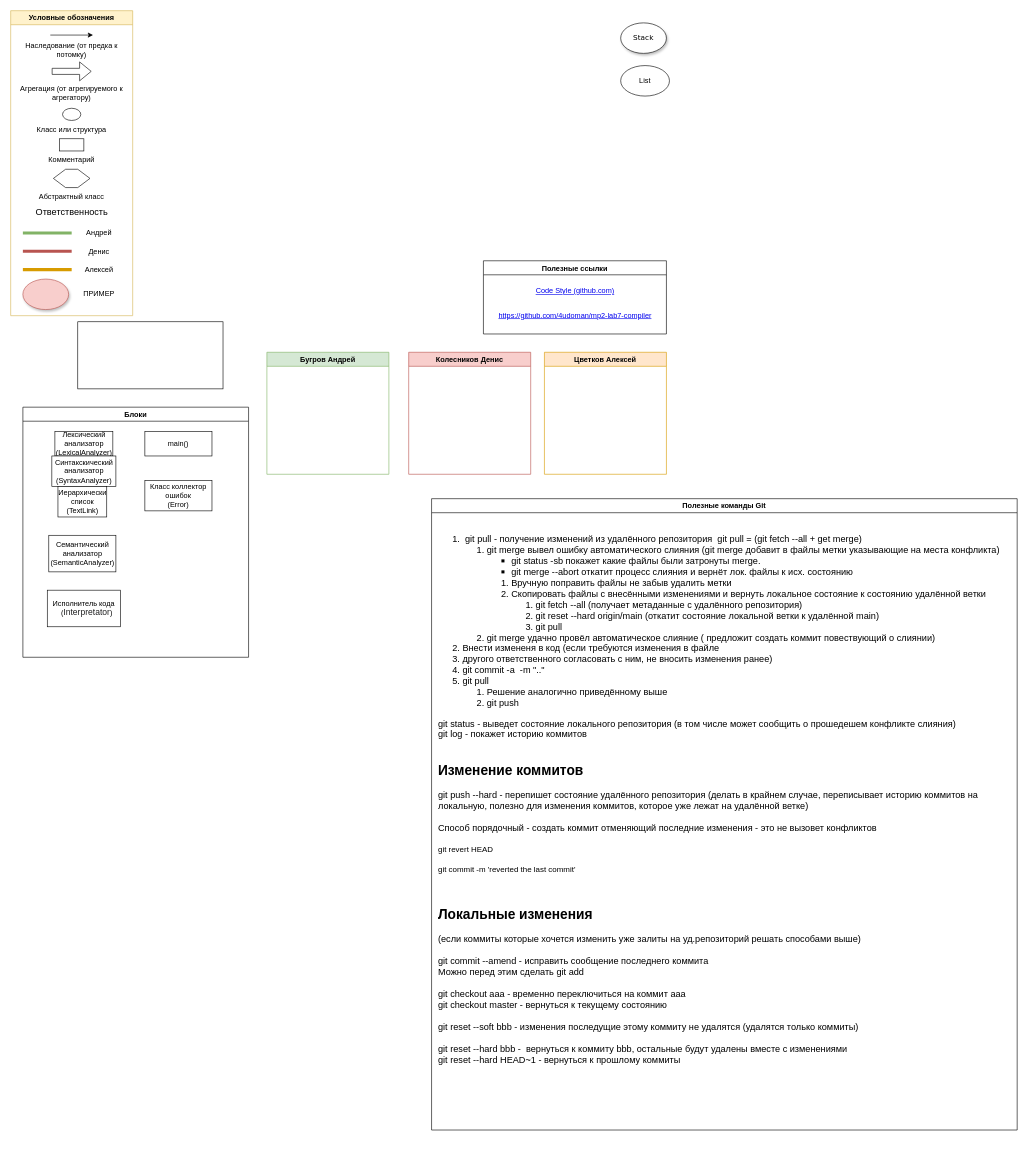
ParkerProbe/mp2-lab7-compiler keeps this draw.io diagram as Class_Diagram.drawio. Above is the earlier version. Source tidied: cells renumbered, new cells numbered last; positions are measured from the earlier drawing's top-left corner, leaving out a move shared by most shapes. Both pictures are drawn from the tidied source at 61%, with x=0, y=0 at pixel (10, 10).
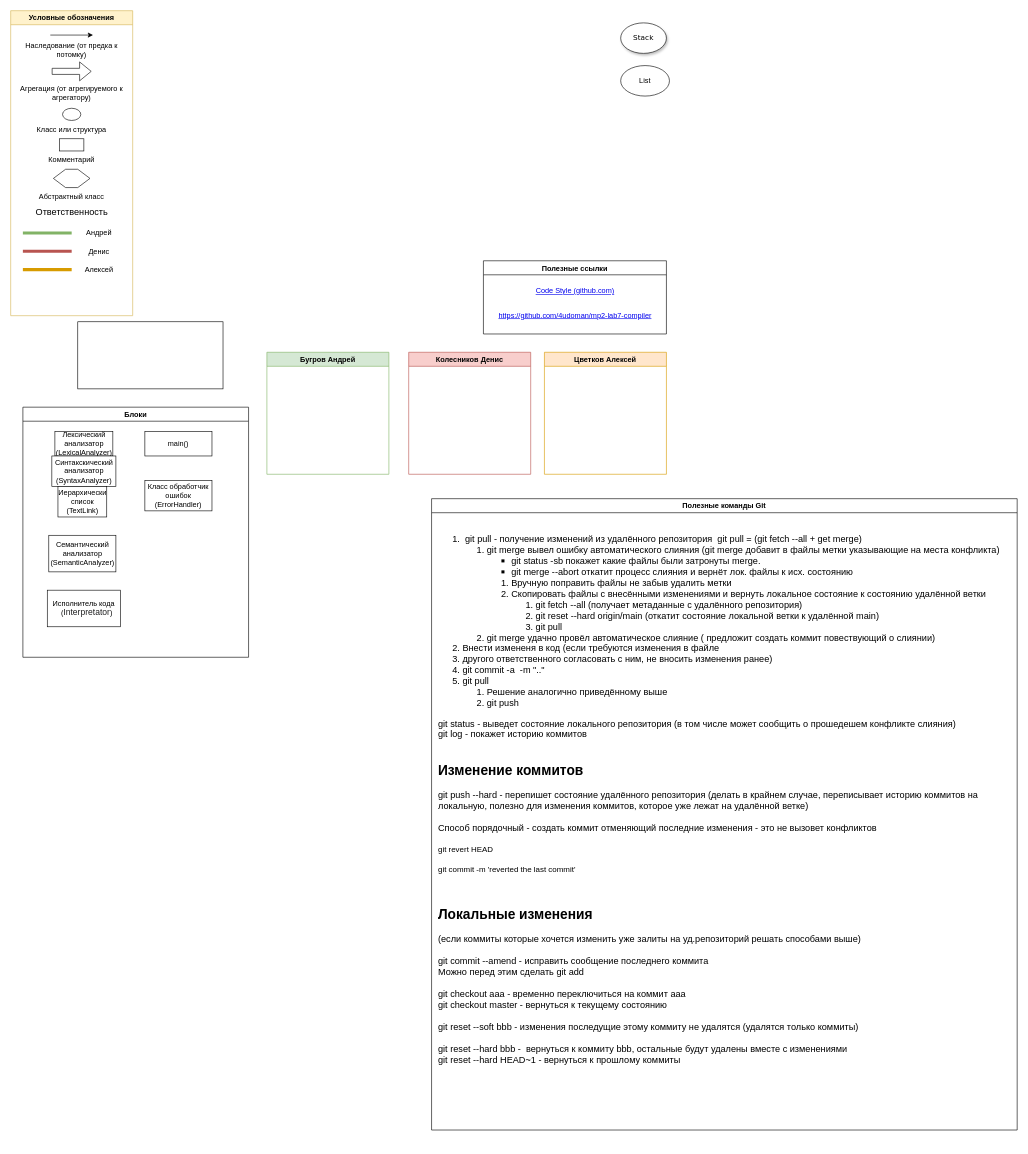
After the change.

Unchanged cells that the change refers to:
```xml
<mxCell id="3" value="Условные обозначения" style="swimlane;fillColor=#fff2cc;strokeColor=#d6b656;" parent="1" vertex="1">
  <mxGeometry width="200" height="500" as="geometry" />
</mxCell>
<mxCell id="30" value="Блоки" style="swimlane;" parent="1" vertex="1">
  <mxGeometry x="20" y="650" width="370" height="410" as="geometry" />
</mxCell>
```

What changed in the source:
```diff
@@
-    <mxCell id="21" style="ellipse;whiteSpace=wrap;html=1;rounded=0;shadow=1;comic=0;labelBackgroundColor=none;strokeWidth=1;fontFamily=Verdana;fontSize=12;align=center;fillColor=#f8cecc;strokeColor=#b85450;" parent="3" vertex="1">
-      <mxGeometry x="20" y="440" width="75" height="50" as="geometry" />
-    </mxCell>
-    <mxCell id="22" value="ПРИМЕР" style="text;html=1;strokeColor=none;fillColor=none;align=center;verticalAlign=middle;whiteSpace=wrap;rounded=0;" parent="3" vertex="1">
-      <mxGeometry x="115" y="450" width="60" height="30" as="geometry" />
-    </mxCell>
@@
-    <mxCell id="34" value="Класс коллектор ошибок&lt;br&gt;(Error)" style="rounded=0;whiteSpace=wrap;html=1;" parent="30" vertex="1">
+    <mxCell id="34" value="Класс обработчик ошибок&lt;br&gt;(ErrorHandler)" style="rounded=0;whiteSpace=wrap;html=1;" parent="30" vertex="1">
       <mxGeometry x="200" y="120" width="110" height="50" as="geometry" />
     </mxCell>
```
